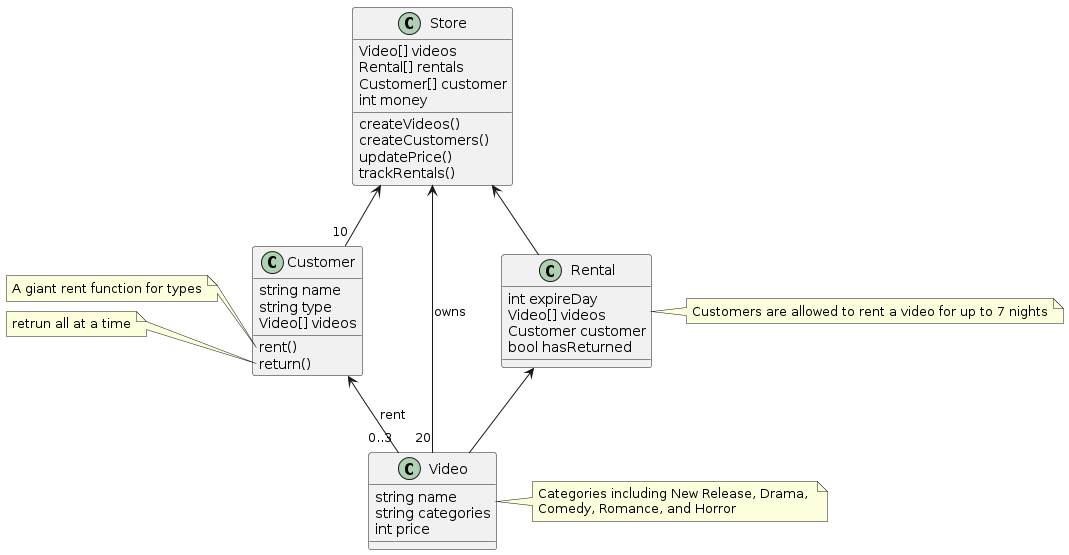
wannaflyhigh/Object-Oriented-Programming keeps this PlantUML diagram as hw3/classDiagram.png. Above is the earlier version.
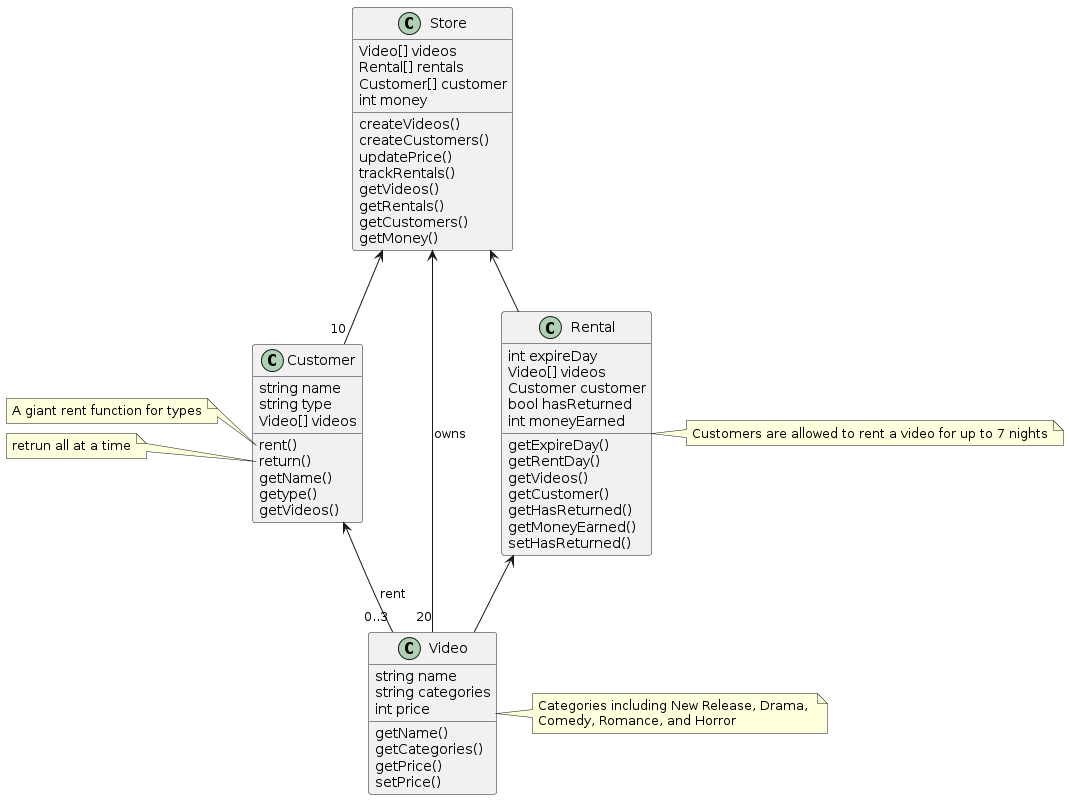
Later version of the same file.

Commit message:
Upgrate classDiagram

The edit, as a diff of the source:
```diff
@@ -8,6 +8,10 @@
 	createCustomers()
 	updatePrice()
 	trackRentals()
+	getVideos()
+    getRentals()
+    getCustomers()
+    getMoney()
 }
 
 class Customer{
@@ -16,6 +20,9 @@
 	Video[] videos
 	rent()
 	return()
+	getName()
+	getype()
+	getVideos()
 }
 
 note left of Customer::rent
@@ -34,6 +41,10 @@
 	string name
 	string categories
 	int price
+	getName()
+    getCategories()
+    getPrice()
+    setPrice()
 }
 
 Store <-- "20" Video : owns
@@ -45,6 +56,14 @@
 	Video[] videos
 	Customer customer
 	bool hasReturned
+	int moneyEarned
+	getExpireDay()
+    getRentDay()
+    getVideos()
+    getCustomer()
+    getHasReturned()
+    getMoneyEarned()
+	setHasReturned()
 }
 
 note Right of Rental : Customers are allowed to rent a video for up to 7 nights
```
